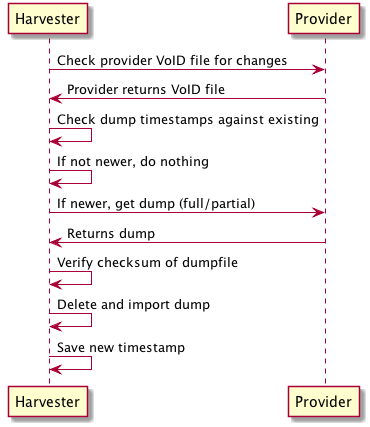
Above: docs/diagrams/harvester-provider.png in ec-geolink/glharvest (PlantUML), before the change.
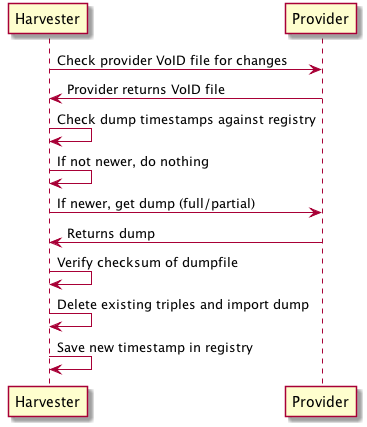
After the commit.

Diff of the diagram source:
```diff
@@ -1,11 +1,11 @@
 @startuml
 Harvester -> Provider: Check provider VoID file for changes
 Provider -> Harvester: Provider returns VoID file
-Harvester -> Harvester: Check dump timestamps against existing
+Harvester -> Harvester: Check dump timestamps against registry
 Harvester -> Harvester : If not newer, do nothing
 Harvester -> Provider : If newer, get dump (full/partial)
 Provider -> Harvester: Returns dump
 Harvester -> Harvester: Verify checksum of dumpfile
-Harvester -> Harvester: Delete and import dump
-Harvester -> Harvester: Save new timestamp
+Harvester -> Harvester: Delete existing triples and import dump
+Harvester -> Harvester: Save new timestamp in registry
 @enduml
```
